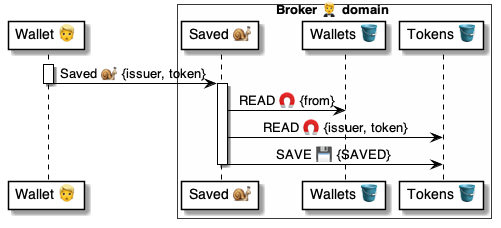
The PlantUML diagram 4 ⚙️ Solution/20 🧑‍🦰 UI/Brokers 🤵/🤵📨 Broker msgs/Tokens 🎫 Saved 🧑‍🦰🐌🤵/🤵 Saved ⚙️ uml.png in pollyweb-org/pollyweb-docs, before a commit. Its source is kept beside it as 4 ⚙️ Solution/20 🧑‍🦰 UI/Brokers 🤵/🤵📨 Broker msgs/Tokens 🎫 Saved 🧑‍🦰🐌🤵/🤵 Saved ⚙️ uml.puml.
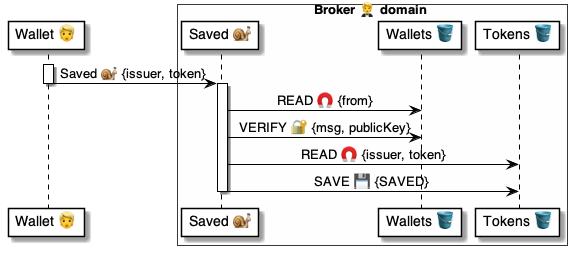
After the commit.

What changed in the source:
```diff
@@ -15,6 +15,7 @@
 
 activate broker
     broker -> wallets: READ 🧲 {from}
+    broker -> wallets: VERIFY 🔐 {msg, publicKey}
     broker -> tokens: READ 🧲 {issuer, token}
     broker -> tokens: SAVE 💾 {SAVED}
 deactivate broker
```
